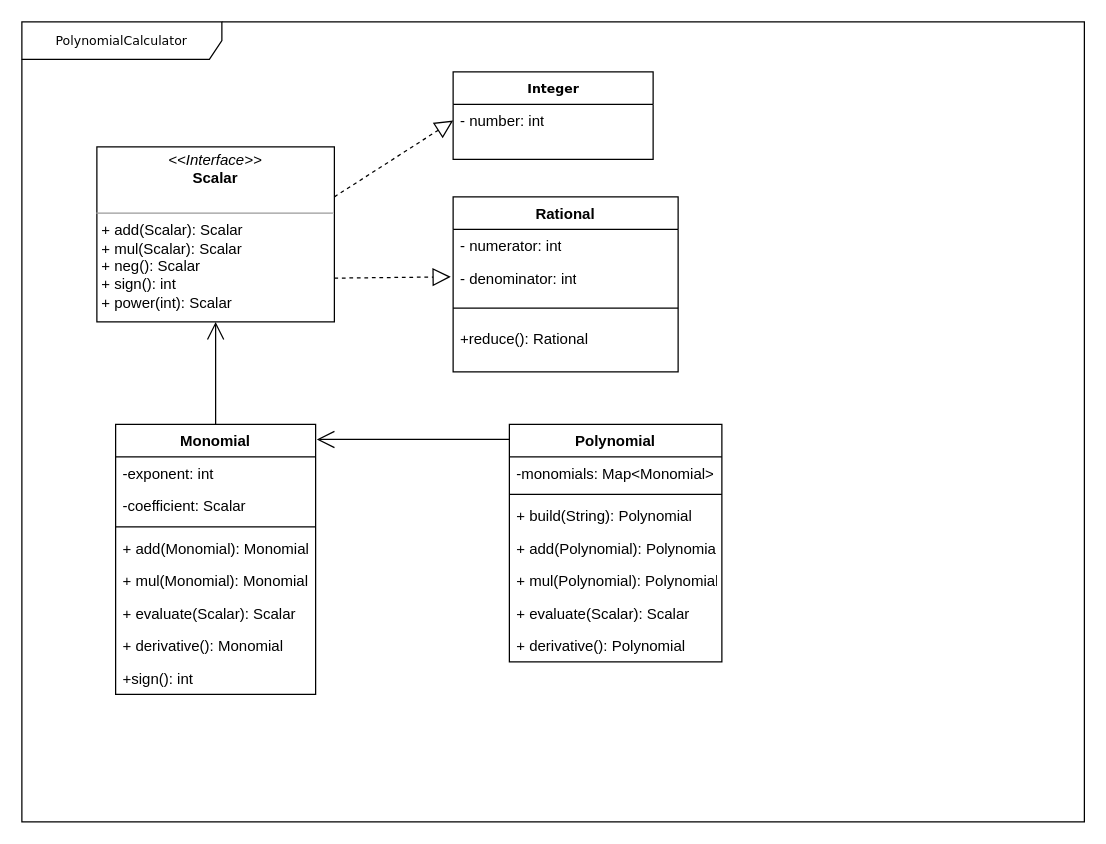
Earlier version of the draw.io diagram Untitled Diagram.drawio (Daniel-Ayz/PolynomialCalculator). Source tidied: cells renumbered, new cells numbered last; positions are measured from the earlier drawing's top-left corner, leaving out a move shared by most shapes. Both pictures are drawn from the tidied source at 125%, with x=0, y=0 at pixel (21, 21).
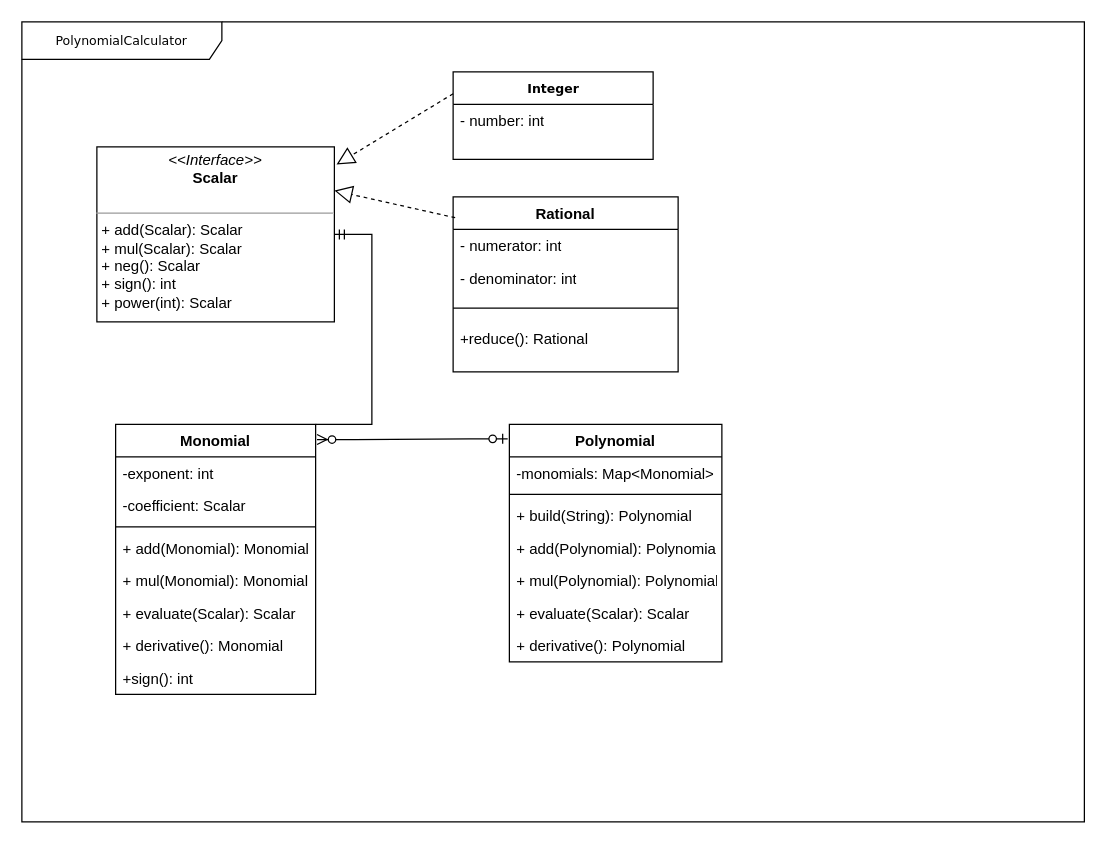
The same diagram, later.

Unchanged cells that the change refers to:
```xml
<mxCell id="3" value="&lt;b&gt;Integer&lt;/b&gt;" style="swimlane;html=1;fontStyle=0;horizontal=1;startSize=26;fillColor=none;swimlaneFillColor=#ffffff;rounded=0;shadow=0;comic=0;labelBackgroundColor=none;strokeWidth=1;fontFamily=Verdana;fontSize=10;align=center;" parent="1" vertex="1">
  <mxGeometry x="345" y="40" width="160" height="70" as="geometry" />
</mxCell>
<mxCell id="4" value="- number: int" style="text;html=1;strokeColor=none;fillColor=none;align=left;verticalAlign=top;spacingLeft=4;spacingRight=4;whiteSpace=wrap;overflow=hidden;points=[[0,0.5],[1,0.5]];portConstraint=eastwest;" parent="3" vertex="1">
  <mxGeometry y="26" width="160" height="26" as="geometry" />
</mxCell>
<mxCell id="5" value="&lt;p style=&quot;margin: 0px ; margin-top: 4px ; text-align: center&quot;&gt;&lt;i&gt;&amp;lt;&amp;lt;Interface&amp;gt;&amp;gt;&lt;/i&gt;&lt;br&gt;&lt;b&gt;Scalar&lt;/b&gt;&lt;/p&gt;&lt;p style=&quot;margin: 0px ; margin-left: 4px&quot;&gt;&lt;br&gt;&lt;/p&gt;&lt;hr size=&quot;1&quot;&gt;&lt;p style=&quot;margin: 0px ; margin-left: 4px&quot;&gt;+ add(Scalar): Scalar&lt;br&gt;+ mul(Scalar): Scalar&lt;br&gt;&lt;/p&gt;&lt;p style=&quot;margin: 0px ; margin-left: 4px&quot;&gt;+ neg(): Scalar&lt;br&gt;&lt;/p&gt;&lt;p style=&quot;margin: 0px ; margin-left: 4px&quot;&gt;+ sign(): int&lt;br&gt;&lt;/p&gt;&lt;p style=&quot;margin: 0px ; margin-left: 4px&quot;&gt;+ power(int): Scalar&lt;br&gt;&lt;/p&gt;" style="verticalAlign=top;align=left;overflow=fill;fontSize=12;fontFamily=Helvetica;html=1;rounded=0;shadow=0;comic=0;labelBackgroundColor=none;strokeWidth=1;" parent="1" vertex="1">
  <mxGeometry x="60" y="100" width="190" height="140" as="geometry" />
</mxCell>
<mxCell id="8" value="Rational" style="swimlane;fontStyle=1;align=center;verticalAlign=top;horizontal=1;startSize=26;" parent="1" vertex="1">
  <mxGeometry x="345" y="140" width="180" height="140" as="geometry" />
</mxCell>
<mxCell id="13" value="Monomial" style="swimlane;fontStyle=1;align=center;verticalAlign=top;horizontal=1;startSize=26;" parent="1" vertex="1">
  <mxGeometry x="75" y="322" width="160" height="216" as="geometry" />
</mxCell>
<mxCell id="22" value="Polynomial" style="swimlane;fontStyle=1;align=center;verticalAlign=top;horizontal=1;startSize=26;" parent="1" vertex="1">
  <mxGeometry x="390" y="322" width="170" height="190" as="geometry" />
</mxCell>
```

Change to the diagram source:
```diff
@@
-    <mxCell id="6" style="endArrow=block;dashed=1;endFill=0;endSize=12;html=1;rounded=0;entryX=0;entryY=0.5;entryDx=0;entryDy=0;" parent="1" edge="1" target="4">
-      <mxGeometry relative="1" as="geometry">
-        <mxPoint x="250" y="140" as="sourcePoint" />
-      </mxGeometry>
-    </mxCell>
-    <mxCell id="7" style="endArrow=block;dashed=1;endFill=0;endSize=12;html=1;rounded=0;entryX=-0.012;entryY=-0.077;entryDx=0;entryDy=0;entryPerimeter=0;exitX=1;exitY=0.75;exitDx=0;exitDy=0;" parent="1" edge="1" source="5">
-      <mxGeometry relative="1" as="geometry">
-        <mxPoint x="343.1" y="204" as="targetPoint" />
-      </mxGeometry>
-    </mxCell>
@@
+    <mxCell id="7" style="endArrow=block;dashed=1;endFill=0;endSize=12;html=1;rounded=0;exitX=0.009;exitY=0.119;exitDx=0;exitDy=0;entryX=1;entryY=0.25;entryDx=0;entryDy=0;exitPerimeter=0;" parent="1" edge="1" source="8" target="5">
+      <mxGeometry relative="1" as="geometry" />
+    </mxCell>
+    <mxCell id="32" style="endArrow=block;dashed=1;endFill=0;endSize=12;html=1;rounded=0;entryX=1.009;entryY=0.101;entryDx=0;entryDy=0;exitX=0;exitY=0.25;exitDx=0;exitDy=0;entryPerimeter=0;" parent="1" edge="1" source="3" target="5">
+      <mxGeometry relative="1" as="geometry" />
+    </mxCell>
+    <mxCell id="31" style="edgeStyle=entityRelationEdgeStyle;fontSize=12;html=1;endArrow=ERzeroToMany;startArrow=ERzeroToOne;rounded=0;exitX=-0.008;exitY=0.061;exitDx=0;exitDy=0;exitPerimeter=0;entryX=1.007;entryY=0.056;entryDx=0;entryDy=0;entryPerimeter=0;" parent="1" edge="1" source="22" target="13">
+      <mxGeometry relative="1" as="geometry" />
+    </mxCell>
-    <mxCell id="30" style="endArrow=open;endFill=1;endSize=12;html=1;rounded=0;exitX=0.5;exitY=0;exitDx=0;exitDy=0;entryX=0.5;entryY=1;entryDx=0;entryDy=0;" parent="1" edge="1" source="13" target="5">
+    <mxCell id="30" style="edgeStyle=entityRelationEdgeStyle;fontSize=12;html=1;endArrow=ERmandOne;rounded=0;exitX=1;exitY=0;exitDx=0;exitDy=0;" parent="1" edge="1" source="13" target="5">
       <mxGeometry relative="1" as="geometry" />
     </mxCell>
-    <mxCell id="31" style="endArrow=open;endFill=1;endSize=12;html=1;rounded=0;exitX=0;exitY=0.063;exitDx=0;exitDy=0;entryX=1.006;entryY=0.056;entryDx=0;entryDy=0;entryPerimeter=0;exitPerimeter=0;" parent="1" edge="1" source="22" target="13">
-      <mxGeometry relative="1" as="geometry" />
-    </mxCell>
```
